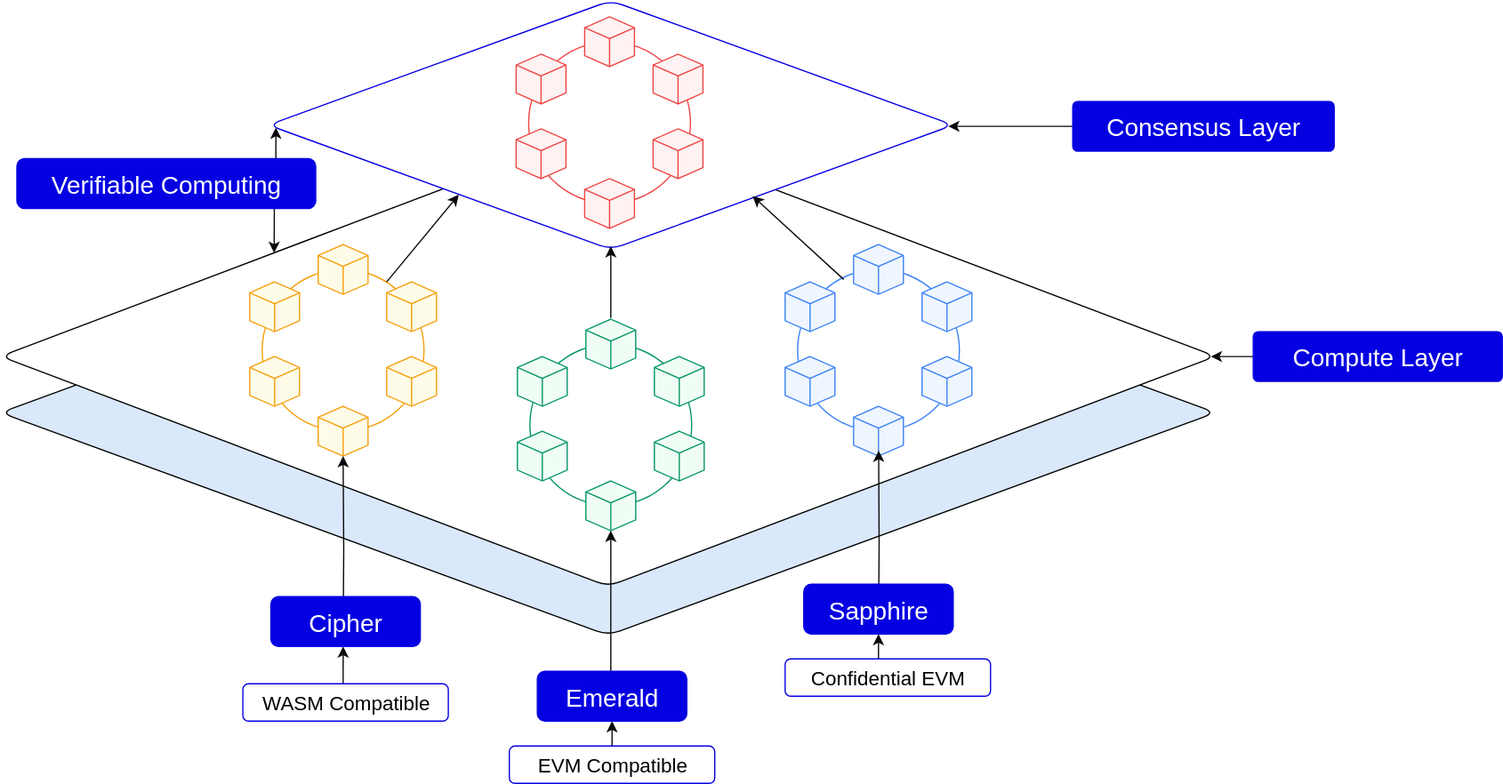
oasisprotocol/docs keeps this draw.io diagram as docs/general/images/architecture/technology_scalability.svg. Above is the earlier version. Source tidied: cells renumbered, new cells last; positions are measured from the earlier drawing's top-left corner, leaving out a move shared by most shapes.
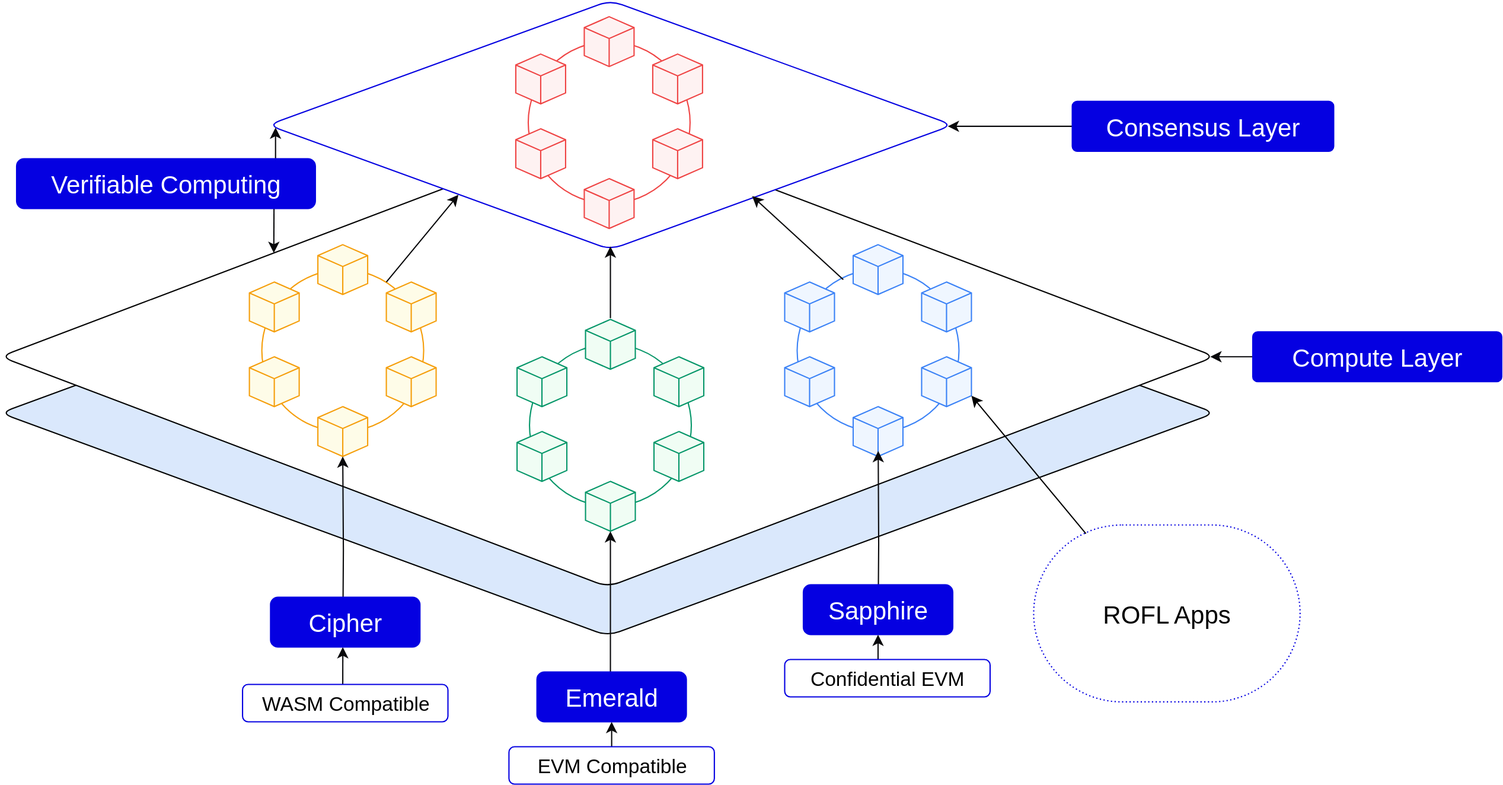
After the change.

Commit message:
docs/images: Add ROFL apps to Oasis architecture

Diff of the diagram source:
```diff
@@ -3,7 +3,7 @@
     <mxCell id="0" />
     <mxCell id="1" parent="0" />
     <mxCell id="2" style="group;fontFamily=Tahoma, Verdana, Segoe, sans-serif;" parent="1" vertex="1">
-      <mxGeometry y="101" width="975.7" height="451" as="geometry" />
+      <mxGeometry y="101" width="1154" height="462" as="geometry" />
     </mxCell>
     <mxCell id="3" style="rhombus;whiteSpace=wrap;html=1;rounded=1;shadow=0;fillStyle=hachure;labelBorderColor=none;textShadow=0;fillColor=#dae8fc; strokeColor=none;fontFamily=Tahoma, Verdana, Segoe, sans-serif;" parent="2" vertex="1">
       <mxGeometry y="51.2" width="975.7" height="357.8" as="geometry" />
@@ -11,6 +11,9 @@
     <mxCell id="4" value="&lt;font&gt;v&lt;/font&gt;" style="rhombus;whiteSpace=wrap;html=1;rounded=1; fontFamily=Tahoma; strokeColor=light-dark(#0500E1,#03FFFF);fillColor=light-dark(#FFFFFF,#1B1B1D);fontFamily=Tahoma, Verdana, Segoe, sans-serif;" parent="2" vertex="1">
       <mxGeometry width="975.7" height="369.7" as="geometry" />
     </mxCell>
+    <mxCell id="56" value="&lt;font style=&quot;font-size: 20px;&quot;&gt;ROFL Apps&lt;/font&gt;" style="rounded=1;whiteSpace=wrap;html=1;strokeColor=light-dark(#0500E1,#03FFFF);arcSize=50;fillColor=none;dashed=1;dashPattern=1 2;fontFamily=Tahoma, Verdana, Segoe, sans-serif;verticalAlign=middle;" parent="2" vertex="1">
+      <mxGeometry x="830" y="320" width="214" height="142" as="geometry" />
+    </mxCell>
     <mxCell id="5" style="rhombus;whiteSpace=wrap;html=1;rounded=1;strokeColor=light-dark(#0500E1,#03FFFF);strokeWidth=1;fontFamily=Tahoma, Verdana, Segoe, sans-serif;fillColor=light-dark(#FFFFFF,#1B1B1D);" parent="1" vertex="1">
       <mxGeometry x="215" width="550" height="200" as="geometry" />
     </mxCell>
@@ -195,5 +198,8 @@
     <mxCell id="55" value="&lt;span style=&quot;font-size: 16px;&quot;&gt;&lt;font style=&quot;&quot;&gt;Confidential EVM&lt;/font&gt;&lt;/span&gt;" style="rounded=1;whiteSpace=wrap;html=1;strokeColor=light-dark(#0500E1,#03FFFF);fillColor=light-dark(#FFFFFF,#09090B);fontFamily=Tahoma, Verdana, Segoe, sans-serif;" parent="1" vertex="1">
       <mxGeometry x="630" y="529" width="165" height="30" as="geometry" />
     </mxCell>
+    <mxCell id="57" style="rounded=0;jettySize=auto;html=1;entryX=0;entryY=0;entryDx=40;entryDy=31.223724859216325;entryPerimeter=0;startArrow=none;startFill=0;exitX=0.196;exitY=0.049;exitDx=0;exitDy=0;exitPerimeter=0;" parent="1" edge="1" source="56" target="32">
+      <mxGeometry relative="1" as="geometry" />
+    </mxCell>
   </root>
 </mxGraphModel>
```
